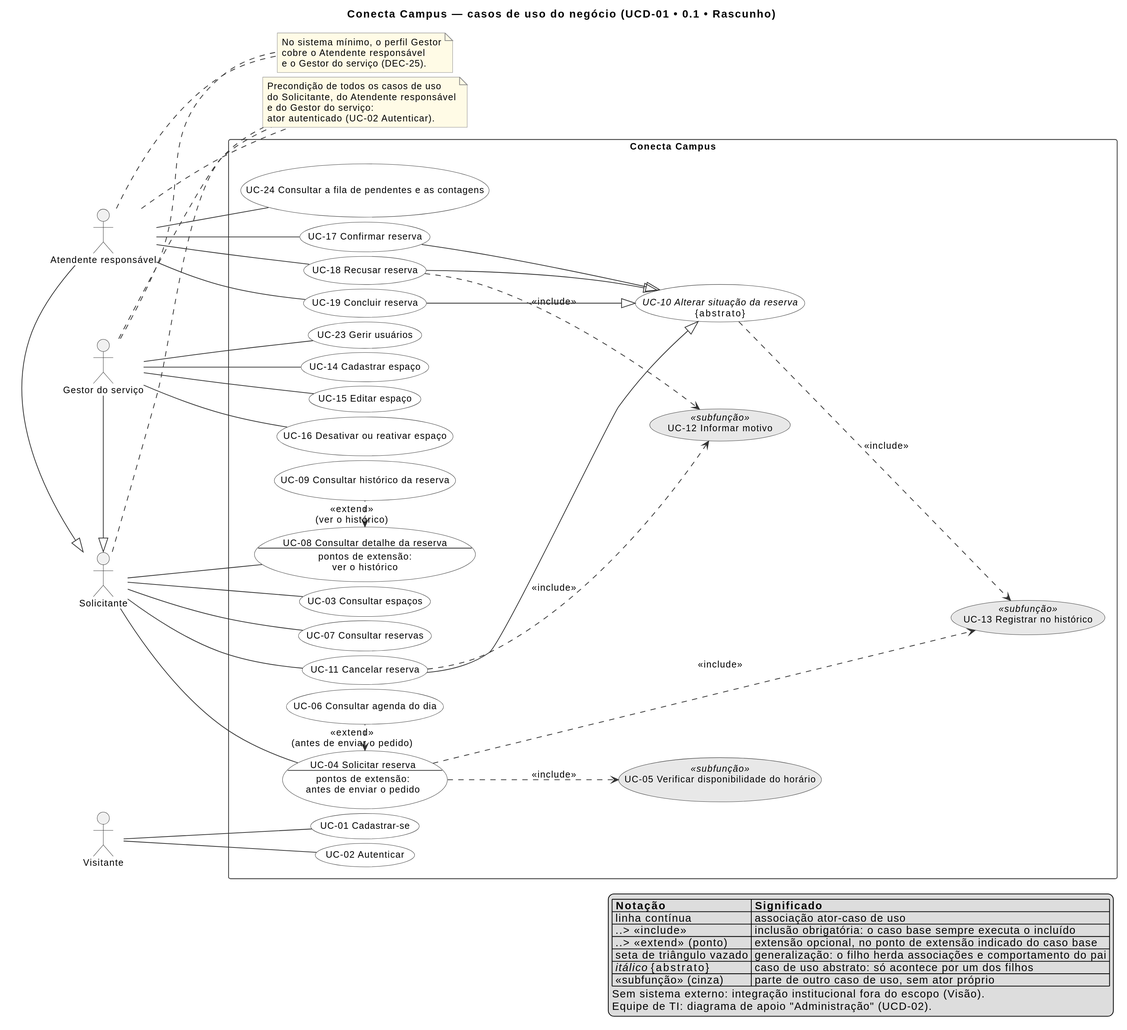
The PlantUML diagram docs/fontes/requisitos/casos-de-uso/diagrama-casos-de-uso.svg in maxzdosreis/PP_Grupo03_ConectaCampus, before a commit.
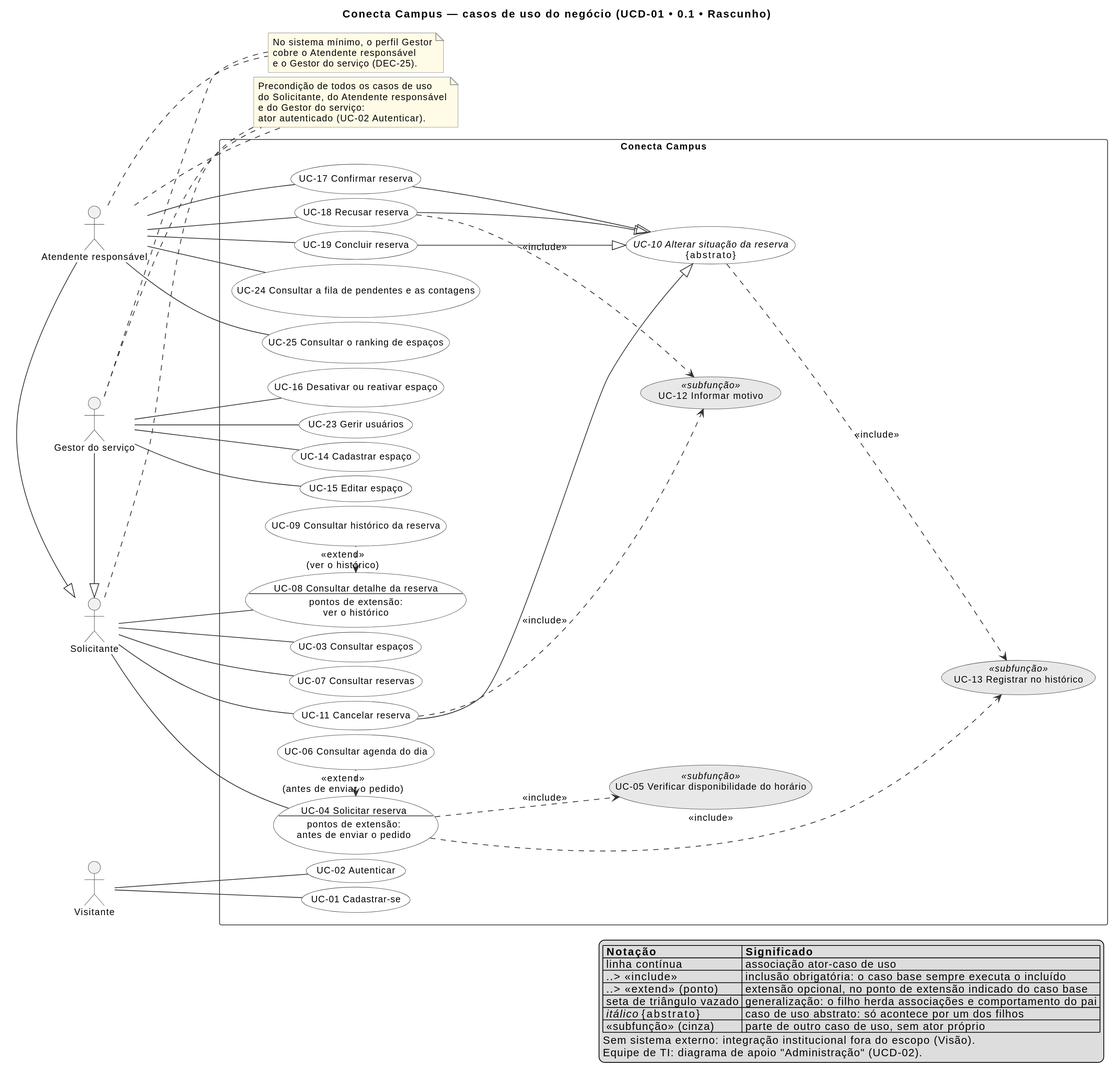
After the change.

Diff of the diagram source:
```diff
@@ -47,6 +47,7 @@
   usecase "UC-19 Concluir reserva" as UC19
   usecase "UC-23 Gerir usuários" as UC23
   usecase "UC-24 Consultar a fila de pendentes e as contagens" as UC24
+  usecase "UC-25 Consultar o ranking de espaços" as UC25
 
   usecase "UC-01 Cadastrar-se" as UC01
   usecase "UC-02 Autenticar" as UC02
@@ -69,6 +70,7 @@
 Atendente -- UC18
 Atendente -- UC19
 Atendente -- UC24
+Atendente -- UC25
 
 UC04 ..> UC05 : <<include>>
 UC04 ...> UC13 : <<include>>
```
